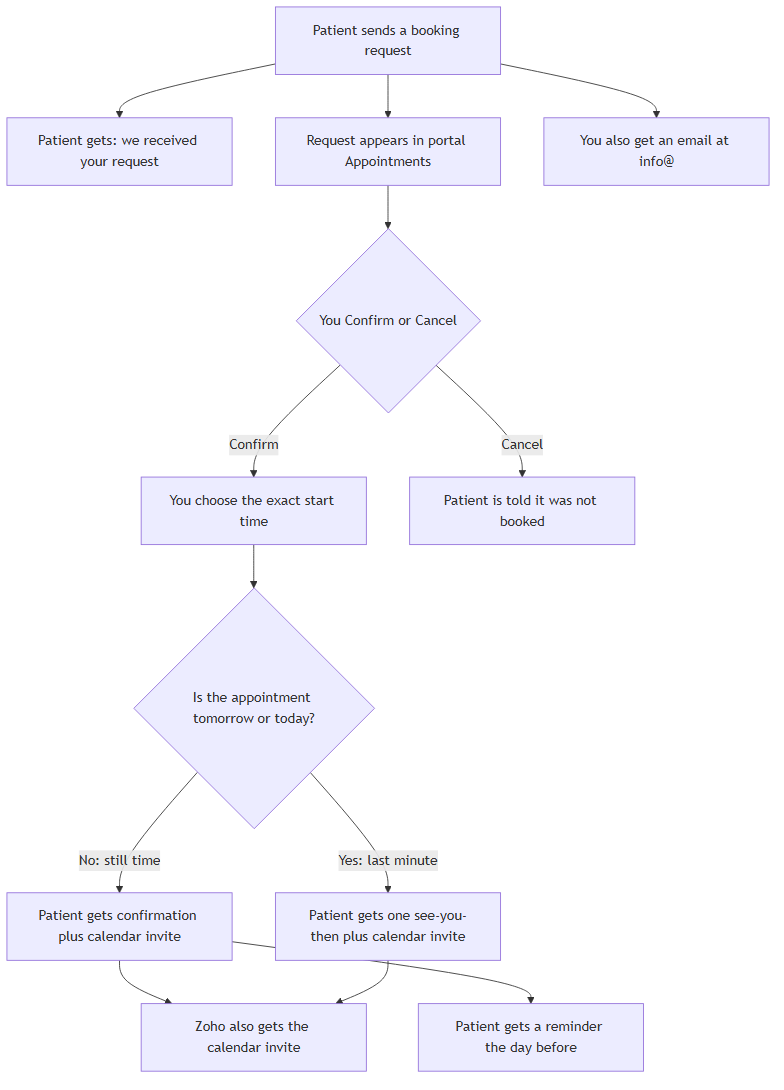
This is docs/owner-booking-process.png from hbacalso1229/wellness-needles, a Mermaid export, as it was before one commit. Its source is kept beside it as docs/owner-booking-process.mmd. The source it was exported from:
```mermaid
flowchart TD
  request[Patient sends a booking request]
  received[Patient gets: we received your request]
  inbox[Request appears in portal Appointments]
  clinicMail[You also get an email at info@]
  decide{You Confirm or Cancel}
  pickTime[You choose the exact start time]
  tooSoon{Is the appointment tomorrow or today?}
  confirmed[Patient gets confirmation plus calendar invite]
  reminder[Patient gets a reminder the day before]
  seeYou[Patient gets one see-you-then plus calendar invite]
  cancelled[Patient is told it was not booked]
  zoho[Zoho also gets the calendar invite]

  request --> received
  request --> inbox
  request --> clinicMail
  inbox --> decide
  decide -->|Confirm| pickTime --> tooSoon
  tooSoon -->|No: still time| confirmed --> zoho
  confirmed --> reminder
  tooSoon -->|Yes: last minute| seeYou --> zoho
  decide -->|Cancel| cancelled
```
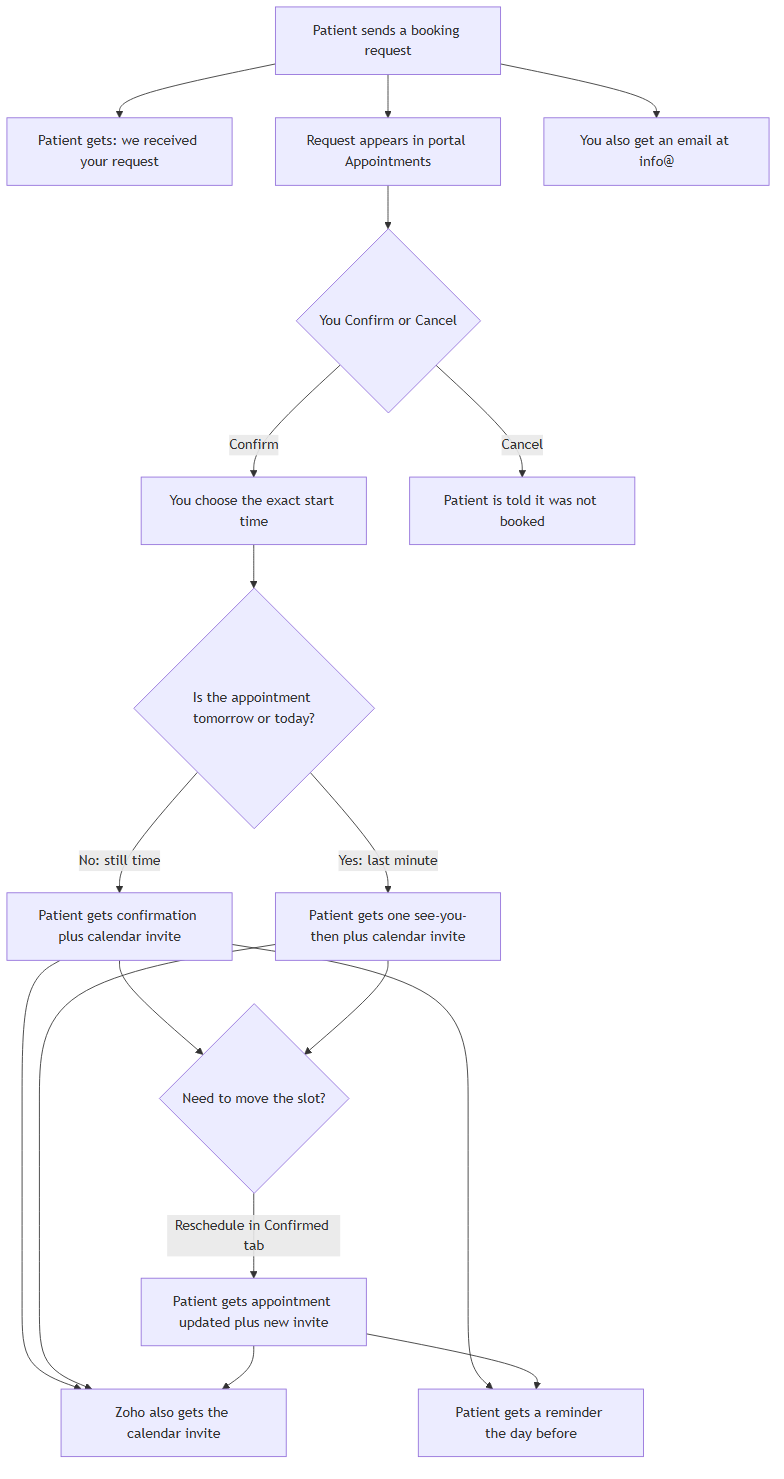
Later version of the same file.

The edit, as a diff of the source:
```diff
@@ -11,6 +11,8 @@
   seeYou[Patient gets one see-you-then plus calendar invite]
   cancelled[Patient is told it was not booked]
   zoho[Zoho also gets the calendar invite]
+  later{Need to move the slot?}
+  updated[Patient gets appointment updated plus new invite]
 
   request --> received
   request --> inbox
@@ -20,4 +22,8 @@
   tooSoon -->|No: still time| confirmed --> zoho
   confirmed --> reminder
   tooSoon -->|Yes: last minute| seeYou --> zoho
+  confirmed --> later
+  seeYou --> later
+  later -->|Reschedule in Confirmed tab| updated --> zoho
+  updated --> reminder
   decide -->|Cancel| cancelled
```
